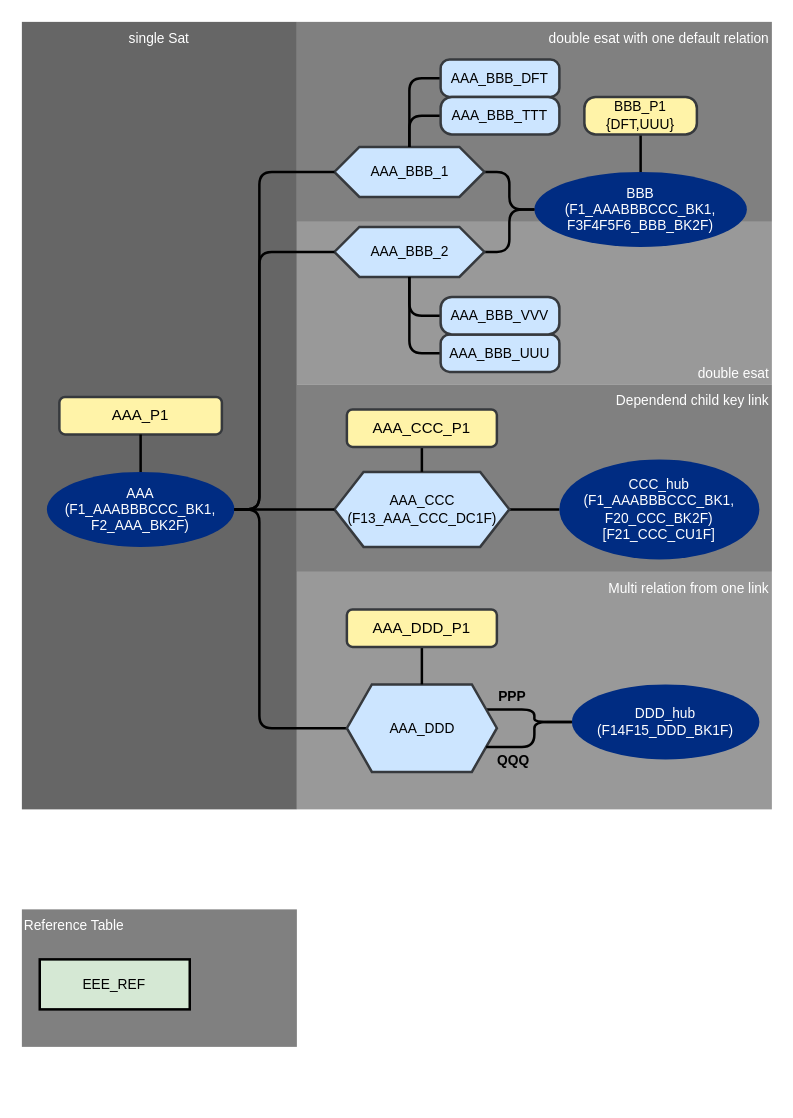
This is documentation/images/test55_model.drawio from cimt-ag/data_vault_pipelinedescription, a draw.io file, before an edit. Source tidied: cells renumbered, new cells numbered last; positions are measured from the earlier drawing's top-left corner, leaving out a move shared by most shapes. Both pictures are drawn from the tidied source at 125%, with x=0, y=0 at pixel (21, 21).
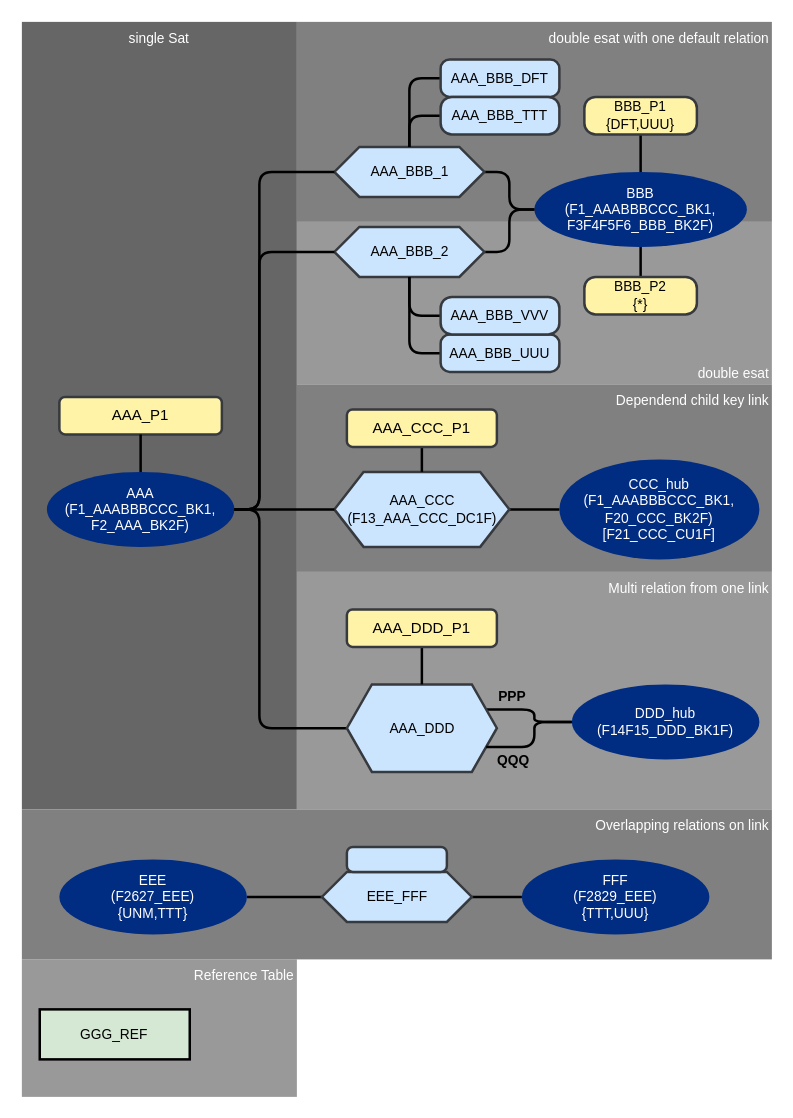
The same page after the edit.

The change refers to these unchanged cells:
```xml
<mxCell id="13" value="BBB&lt;br&gt;(F1_AAABBBCCC_BK1,&lt;br style=&quot;border-color: var(--border-color);&quot;&gt;F3F4F5F6_BBB_BK2F)" style="strokeWidth=2;html=1;shape=mxgraph.flowchart.start_1;whiteSpace=wrap;strokeColor=none;fontColor=#ffffff;fillColor=#002C82;fontFamily=Helvetica;fontSize=11;" parent="9" vertex="1">
  <mxGeometry x="410" y="120" width="170" height="60" as="geometry" />
</mxCell>
```

Change to the diagram source:
```diff
@@
-    <mxCell id="7" value="Reference Table" style="rounded=0;whiteSpace=wrap;html=1;fontFamily=Helvetica;fontSize=11;fontColor=#FFFFFF;fillColor=#808080;verticalAlign=top;strokeColor=none;align=left;" parent="1" vertex="1">
-      <mxGeometry y="710" width="220" height="110" as="geometry" />
+    <mxCell id="7" value="Reference Table" style="rounded=0;whiteSpace=wrap;html=1;fontFamily=Helvetica;fontSize=11;fontColor=#FFFFFF;fillColor=#999999;verticalAlign=top;strokeColor=none;align=right;" parent="1" vertex="1">
+      <mxGeometry y="750" width="220" height="110" as="geometry" />
     </mxCell>
-    <mxCell id="8" value="EEE_REF" style="rounded=0;whiteSpace=wrap;html=1;strokeColor=#000000;strokeWidth=2;fillColor=#d5e8d4;fontFamily=Helvetica;fontSize=11;fontColor=default;" parent="1" vertex="1">
-      <mxGeometry x="14.3" y="750" width="120" height="40" as="geometry" />
+    <mxCell id="8" value="GGG_REF" style="rounded=0;whiteSpace=wrap;html=1;strokeColor=#000000;strokeWidth=2;fillColor=#d5e8d4;fontFamily=Helvetica;fontSize=11;fontColor=default;" parent="1" vertex="1">
+      <mxGeometry x="14.3" y="790" width="120" height="40" as="geometry" />
     </mxCell>
+    <mxCell id="44" value="Overlapping relations on link" style="rounded=0;whiteSpace=wrap;html=1;fontFamily=Helvetica;fontSize=11;fontColor=#FFFFFF;fillColor=#808080;verticalAlign=top;strokeColor=none;align=right;" parent="1" vertex="1">
+      <mxGeometry y="630" width="600" height="120" as="geometry" />
+    </mxCell>
@@
+    <mxCell id="45" style="edgeStyle=orthogonalEdgeStyle;shape=connector;rounded=1;jumpStyle=none;jettySize=auto;html=1;labelBackgroundColor=default;strokeColor=default;strokeWidth=2;fontFamily=Helvetica;fontSize=11;fontColor=default;endArrow=none;endFill=0;" parent="9" edge="1" source="46" target="13">
+      <mxGeometry relative="1" as="geometry" />
+    </mxCell>
+    <mxCell id="46" value="BBB_P2&lt;br style=&quot;font-size: 11px;&quot;&gt;{*}" style="rounded=1;whiteSpace=wrap;html=1;strokeColor=#36393d;fillColor=#FFF3A8;strokeWidth=2;fontSize=11;arcSize=30;" parent="9" vertex="1">
+      <mxGeometry x="450" y="204" width="90" height="30" as="geometry" />
+    </mxCell>
+    <mxCell id="47" style="edgeStyle=orthogonalEdgeStyle;shape=connector;rounded=1;jumpStyle=none;jettySize=auto;html=1;labelBackgroundColor=default;strokeColor=default;strokeWidth=2;fontFamily=Helvetica;fontSize=11;fontColor=default;endArrow=none;endFill=0;" parent="9" edge="1" source="48" target="51">
+      <mxGeometry relative="1" as="geometry" />
+    </mxCell>
+    <mxCell id="48" value="EEE&lt;br&gt;(F2627_EEE)&lt;br&gt;{UNM,TTT}" style="strokeWidth=2;html=1;shape=mxgraph.flowchart.start_1;whiteSpace=wrap;strokeColor=none;fontColor=#ffffff;fillColor=#002C82;fontFamily=Helvetica;fontSize=11;" parent="9" vertex="1">
+      <mxGeometry x="30" y="670" width="150" height="60" as="geometry" />
+    </mxCell>
+    <mxCell id="49" value="FFF&lt;br&gt;(F2829_EEE)&lt;br&gt;{TTT,UUU}" style="strokeWidth=2;html=1;shape=mxgraph.flowchart.start_1;whiteSpace=wrap;strokeColor=none;fontColor=#ffffff;fillColor=#002C82;fontFamily=Helvetica;fontSize=11;" parent="9" vertex="1">
+      <mxGeometry x="400" y="670" width="150" height="60" as="geometry" />
+    </mxCell>
+    <mxCell id="50" style="edgeStyle=orthogonalEdgeStyle;shape=connector;rounded=1;jumpStyle=none;jettySize=auto;html=1;labelBackgroundColor=default;strokeColor=default;strokeWidth=2;fontFamily=Helvetica;fontSize=11;fontColor=default;endArrow=none;endFill=0;" parent="9" edge="1" source="51" target="49">
+      <mxGeometry relative="1" as="geometry" />
+    </mxCell>
+    <mxCell id="51" value="EEE_FFF" style="verticalLabelPosition=middle;verticalAlign=middle;html=1;shape=hexagon;perimeter=hexagonPerimeter2;arcSize=6;size=0.16666666666666666;fillColor=#cce5ff;strokeColor=#36393d;strokeWidth=2;fontFamily=Helvetica;fontSize=11;fontColor=default;labelPosition=center;align=center;" parent="9" vertex="1">
+      <mxGeometry x="240" y="680" width="120" height="40" as="geometry" />
+    </mxCell>
+    <mxCell id="52" style="rounded=1;whiteSpace=wrap;html=1;strokeColor=#36393d;fillColor=#cce5ff;strokeWidth=2;fontSize=11;arcSize=24;" parent="9" vertex="1">
+      <mxGeometry x="260" y="660" width="80" height="20" as="geometry" />
+    </mxCell>
```
